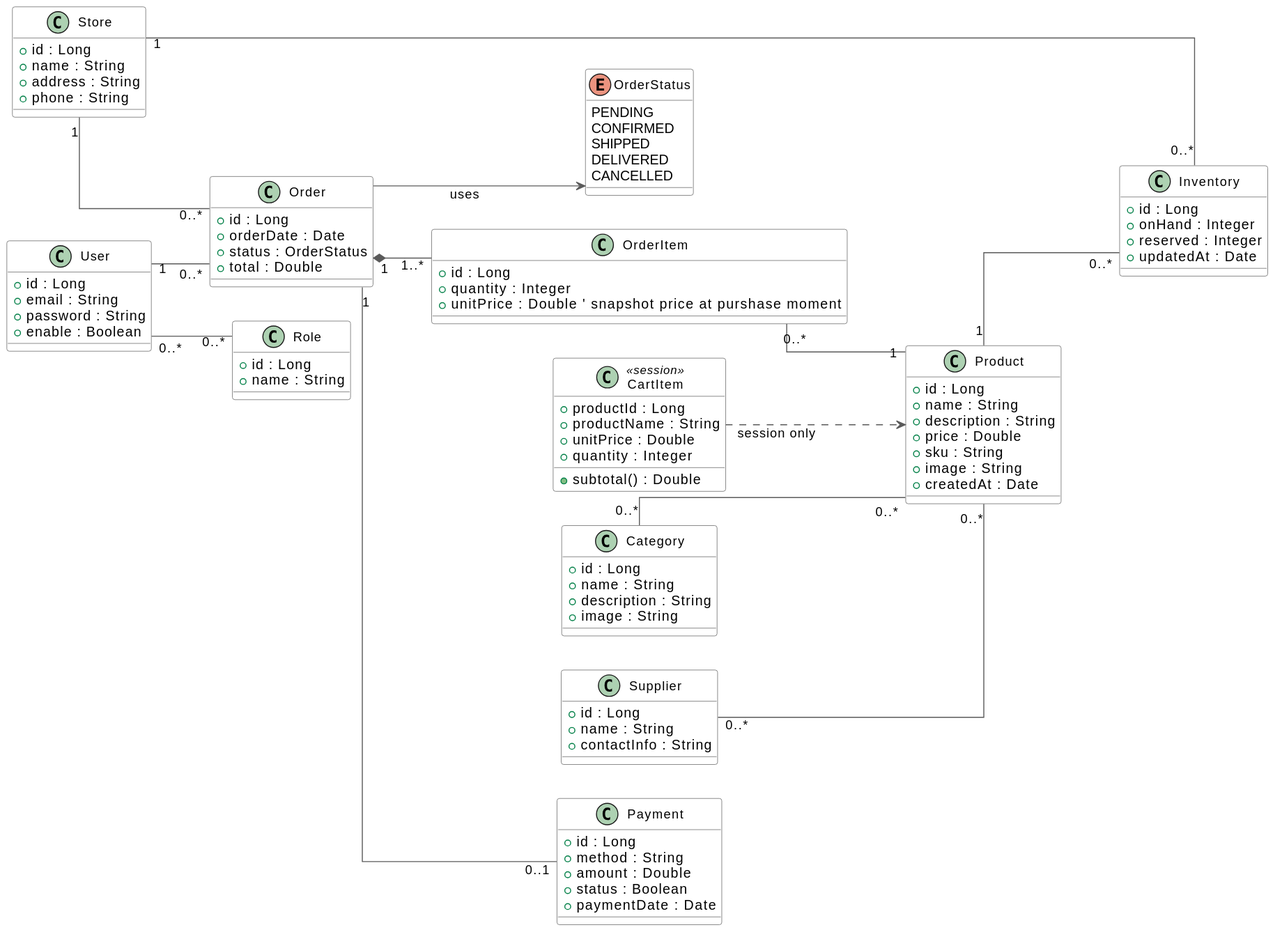
Earlier version of the PlantUML export docs/diagrams/uml-diagram.svg (code-felipe/stock-flow).
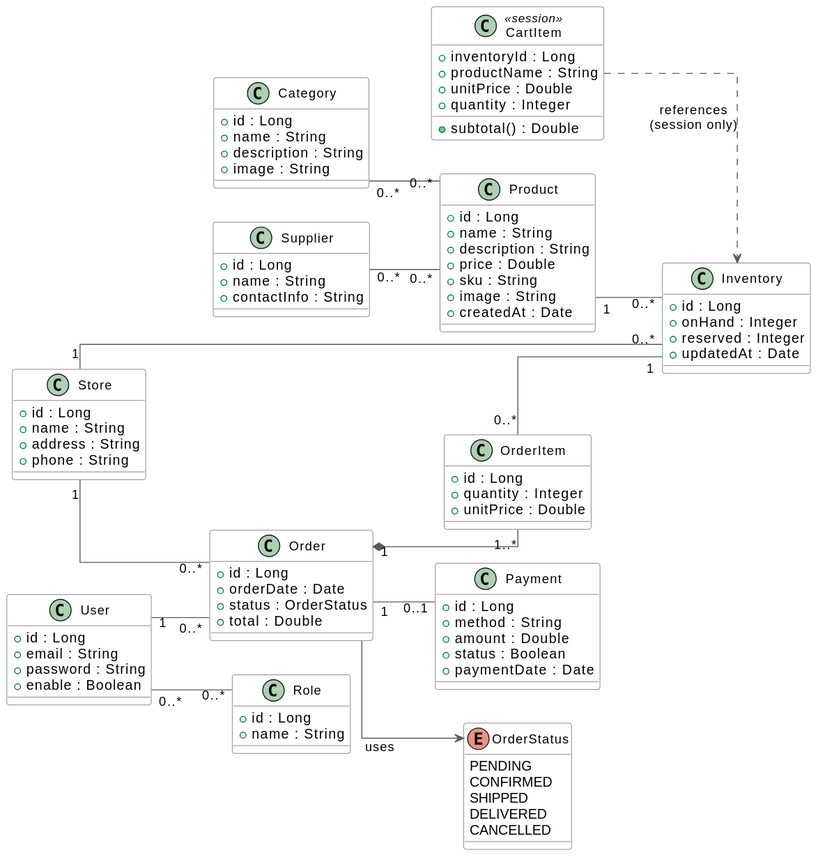
Above is the later version.

Commit message:
update: Readme doc - add new documents(inventory-order) modules.

Change to the diagram source:
```diff
@@ -24,7 +24,7 @@
 }
 
 class CartItem <<session>> {
-  + productId : Long
+  + inventoryId : Long
   + productName : String
   + unitPrice : Double
   + quantity : Integer
@@ -70,7 +70,7 @@
 class OrderItem {
   + id : Long
   + quantity : Integer
-  + unitPrice : Double   ' snapshot price at purshase moment
+  + unitPrice : Double
 }
 
 class Store {
@@ -101,18 +101,24 @@
   + updatedAt : Date
 }
 
+
 Category "0..*" -- "0..*" Product
 User     "0..*" -- "0..*" Role
-User     "1"    -- "0..*" Order
-Store    "1"    -- "0..*" Order
-Order    "1"    *-- "1..*" OrderItem
-OrderItem "0..*" --  "1"  Product
-Order    "1"    --  "0..1" Payment
 Supplier "0..*" -- "0..*" Product
-Store    "1"    -- "0..*" Inventory
-Product  "1"    -- "0..*" Inventory
+
+User  "1"    --  "0..*" Order
+Store "1"    --  "0..*" Order
+
+Order "1" *-- "1..*" OrderItem
+
+OrderItem "0..*" -- "1" Inventory
+
+Order "1" -- "0..1" Payment
+
+Store   "1" -- "0..*" Inventory
+Product "1" -- "0..*" Inventory
+
+CartItem ..> Inventory : references\n(session only)
 
 Order --> OrderStatus : uses
-
-CartItem ..> Product : session only
 @enduml
```
